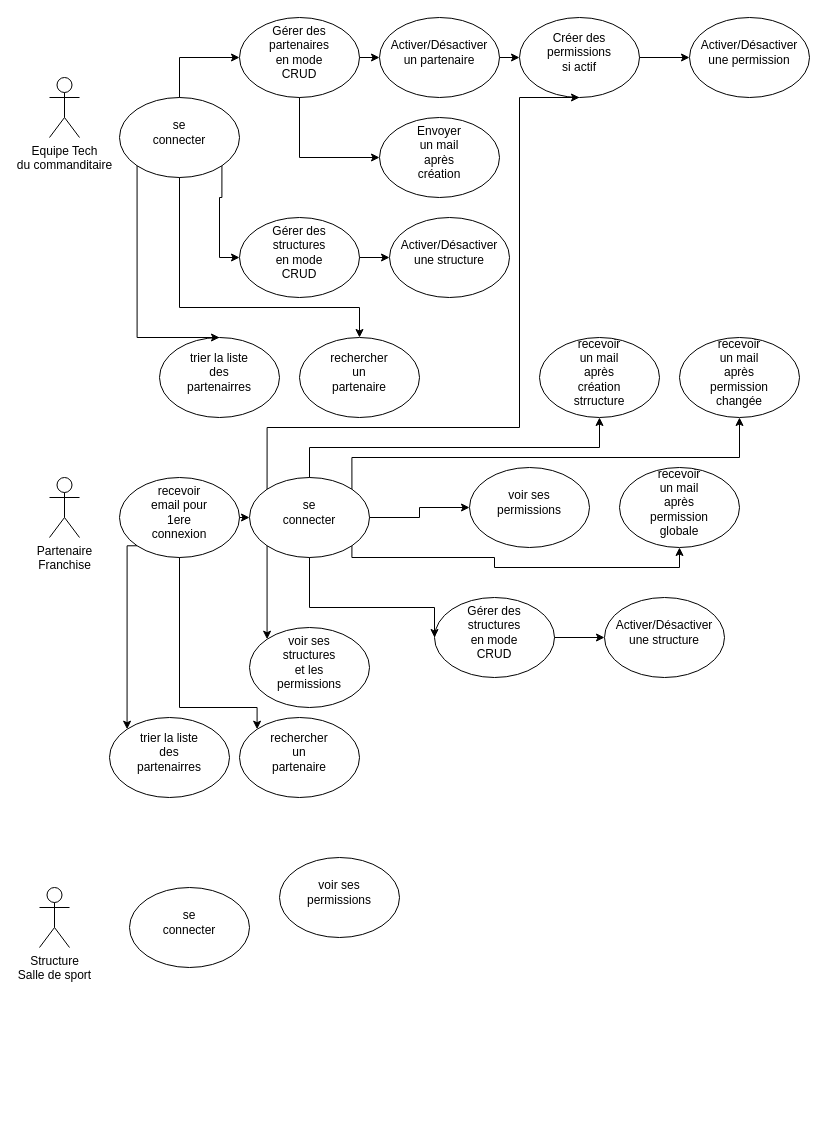
Before: PlanetBody/fonctionnalités.drawio in cyrisa02/diagrammes-UML, a draw.io diagram. Source tidied: cells renumbered, new cells numbered last; positions are measured from the earlier drawing's top-left corner, leaving out a move shared by most shapes. Both pictures are drawn from the tidied source at 100%, with x=0, y=0 at pixel (39, 17).
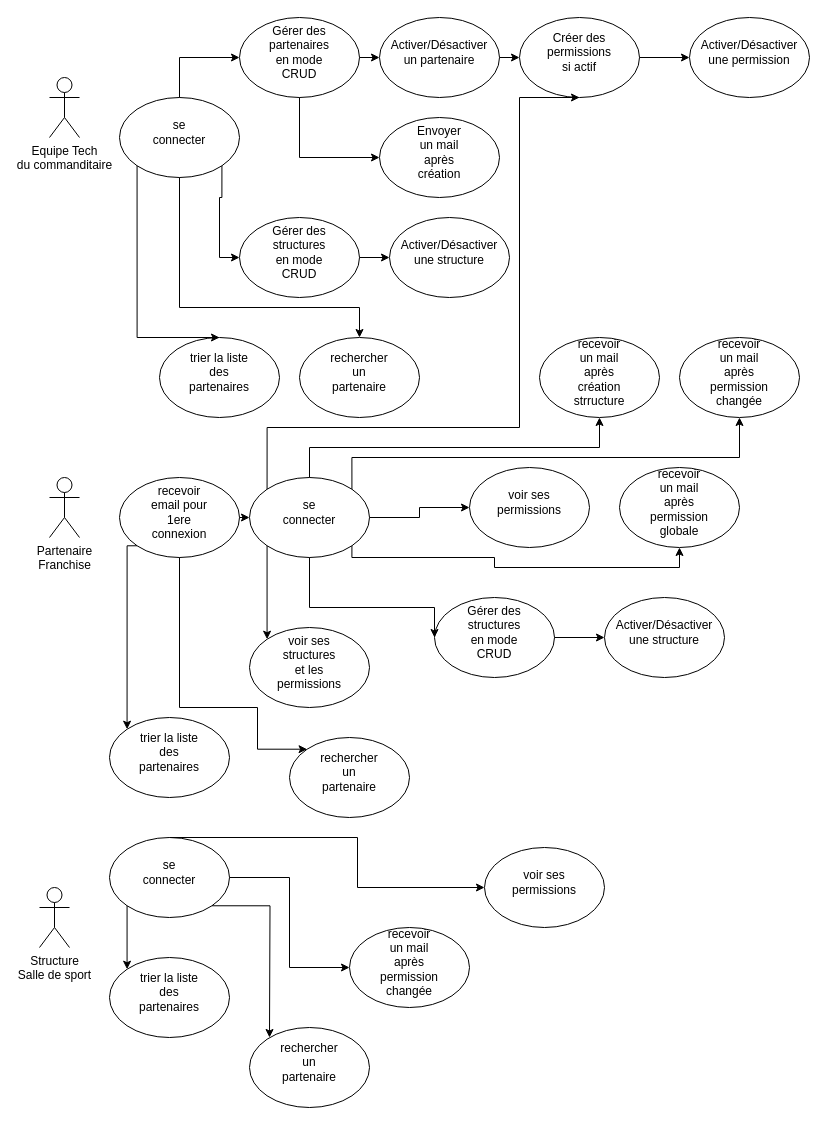
The same diagram, later.

Commit message:
Mettre à jour fonctionnalités.drawio

The change refers to these unchanged cells:
```xml
<mxCell id="30" style="group;" parent="1" vertex="1">
  <mxGeometry x="120" y="320" width="120" height="80" as="geometry" />
</mxCell>
<mxCell id="74" style="group;" parent="1" vertex="1">
  <mxGeometry x="70" y="700" width="120" height="80" as="geometry" />
</mxCell>
<mxCell id="89" style="ellipse;whiteSpace=wrap;html=1;" parent="88" vertex="1">
  <mxGeometry width="120" height="80" as="geometry" />
</mxCell>
<mxCell id="92" style="ellipse;whiteSpace=wrap;html=1;" parent="91" vertex="1">
  <mxGeometry width="120" height="80" as="geometry" />
</mxCell>
```

Change to the diagram source:
```diff
@@
-    <mxCell id="32" value="trier la liste des partenairres" style="text;html=1;strokeColor=none;fillColor=none;align=center;verticalAlign=middle;whiteSpace=wrap;rounded=0;" parent="30" vertex="1">
+    <mxCell id="32" value="trier la liste des partenaires" style="text;html=1;strokeColor=none;fillColor=none;align=center;verticalAlign=middle;whiteSpace=wrap;rounded=0;" parent="30" vertex="1">
       <mxGeometry x="30" y="20" width="60" height="30" as="geometry" />
     </mxCell>
@@
     <mxCell id="71" style="group;" parent="1" vertex="1">
-      <mxGeometry x="200" y="700" width="120" height="80" as="geometry" />
+      <mxGeometry x="250" y="720" width="120" height="80" as="geometry" />
     </mxCell>
@@
-    <mxCell id="76" value="trier la liste des partenairres" style="text;html=1;strokeColor=none;fillColor=none;align=center;verticalAlign=middle;whiteSpace=wrap;rounded=0;" parent="74" vertex="1">
+    <mxCell id="76" value="trier la liste des partenaires" style="text;html=1;strokeColor=none;fillColor=none;align=center;verticalAlign=middle;whiteSpace=wrap;rounded=0;" parent="74" vertex="1">
       <mxGeometry x="30" y="20" width="60" height="30" as="geometry" />
     </mxCell>
@@
     <mxCell id="88" style="group;" parent="1" vertex="1">
-      <mxGeometry x="90" y="870" width="120" height="80" as="geometry" />
+      <mxGeometry x="70" y="820" width="120" height="80" as="geometry" />
     </mxCell>
@@
     <mxCell id="91" style="group;" parent="1" vertex="1">
-      <mxGeometry x="240" y="840" width="120" height="80" as="geometry" />
+      <mxGeometry x="445" y="830" width="120" height="80" as="geometry" />
     </mxCell>
@@
+    <mxCell id="94" style="group;" parent="1" vertex="1">
+      <mxGeometry x="310" y="910" width="120" height="80" as="geometry" />
+    </mxCell>
+    <mxCell id="95" style="ellipse;whiteSpace=wrap;html=1;" parent="94" vertex="1">
+      <mxGeometry width="120" height="80" as="geometry" />
+    </mxCell>
+    <mxCell id="96" value="recevoir un mail après permission changée" style="text;html=1;strokeColor=none;fillColor=none;align=center;verticalAlign=middle;whiteSpace=wrap;rounded=0;" parent="94" vertex="1">
+      <mxGeometry x="30" y="20" width="60" height="30" as="geometry" />
+    </mxCell>
+    <mxCell id="97" style="group;" parent="1" vertex="1">
+      <mxGeometry x="70" y="940" width="120" height="80" as="geometry" />
+    </mxCell>
+    <mxCell id="98" style="ellipse;whiteSpace=wrap;html=1;" parent="97" vertex="1">
+      <mxGeometry width="120" height="80" as="geometry" />
+    </mxCell>
+    <mxCell id="99" value="trier la liste des partenaires" style="text;html=1;strokeColor=none;fillColor=none;align=center;verticalAlign=middle;whiteSpace=wrap;rounded=0;" parent="97" vertex="1">
+      <mxGeometry x="30" y="20" width="60" height="30" as="geometry" />
+    </mxCell>
+    <mxCell id="100" style="group;" parent="1" vertex="1">
+      <mxGeometry x="210" y="1010" width="120" height="80" as="geometry" />
+    </mxCell>
+    <mxCell id="101" style="ellipse;whiteSpace=wrap;html=1;" parent="100" vertex="1">
+      <mxGeometry width="120" height="80" as="geometry" />
+    </mxCell>
+    <mxCell id="102" value="rechercher un partenaire" style="text;html=1;strokeColor=none;fillColor=none;align=center;verticalAlign=middle;whiteSpace=wrap;rounded=0;" parent="100" vertex="1">
+      <mxGeometry x="30" y="20" width="60" height="30" as="geometry" />
+    </mxCell>
+    <mxCell id="103" style="edgeStyle=orthogonalEdgeStyle;rounded=0;jettySize=auto;html=1;exitX=0;exitY=1;exitDx=0;exitDy=0;entryX=0;entryY=0;entryDx=0;entryDy=0;" parent="1" edge="1" source="89" target="98">
+      <mxGeometry relative="1" as="geometry" />
+    </mxCell>
+    <mxCell id="104" style="edgeStyle=orthogonalEdgeStyle;rounded=0;jettySize=auto;html=1;exitX=1;exitY=1;exitDx=0;exitDy=0;" parent="1" edge="1" source="89">
+      <mxGeometry relative="1" as="geometry">
+        <mxPoint x="230" y="1020" as="targetPoint" />
+      </mxGeometry>
+    </mxCell>
+    <mxCell id="105" style="edgeStyle=orthogonalEdgeStyle;rounded=0;jettySize=auto;html=1;exitX=0.5;exitY=0;exitDx=0;exitDy=0;" parent="1" edge="1" source="89" target="92">
+      <mxGeometry relative="1" as="geometry">
+        <Array as="points">
+          <mxPoint x="318" y="820" />
+          <mxPoint x="318" y="870" />
+        </Array>
+      </mxGeometry>
+    </mxCell>
+    <mxCell id="106" style="edgeStyle=orthogonalEdgeStyle;rounded=0;jettySize=auto;html=1;exitX=1;exitY=0.5;exitDx=0;exitDy=0;entryX=0;entryY=0.5;entryDx=0;entryDy=0;" parent="1" edge="1" source="89" target="95">
+      <mxGeometry relative="1" as="geometry" />
+    </mxCell>
```
